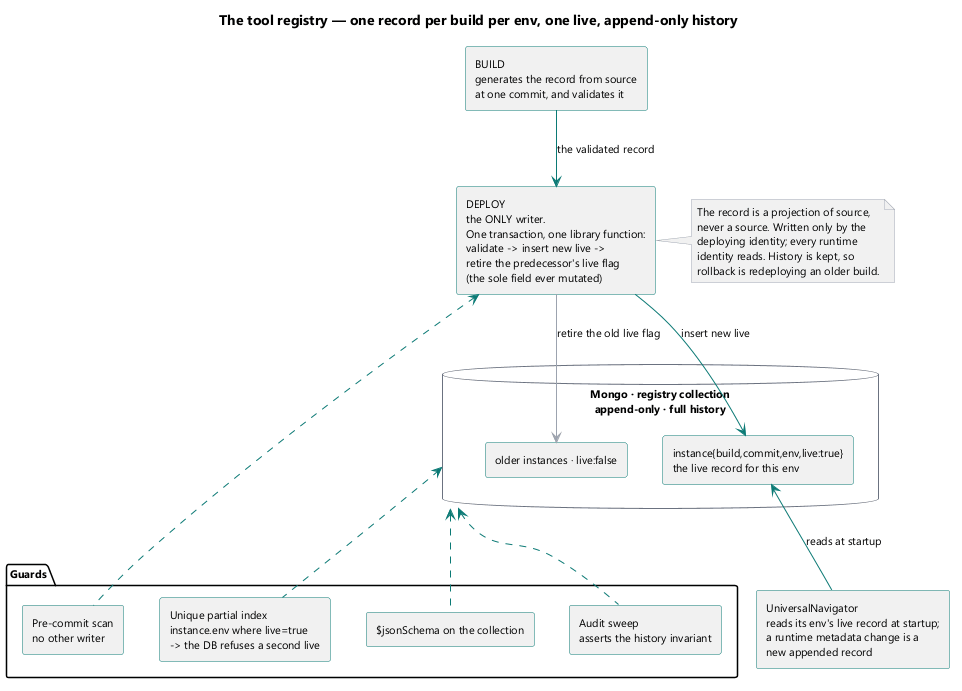
Above: brain/machine_artifacts/diagramsAndImages/rendered/registry_instance_lifecycle.png in SkipSnow/ChatHealthyRepo (PlantUML), before the change.
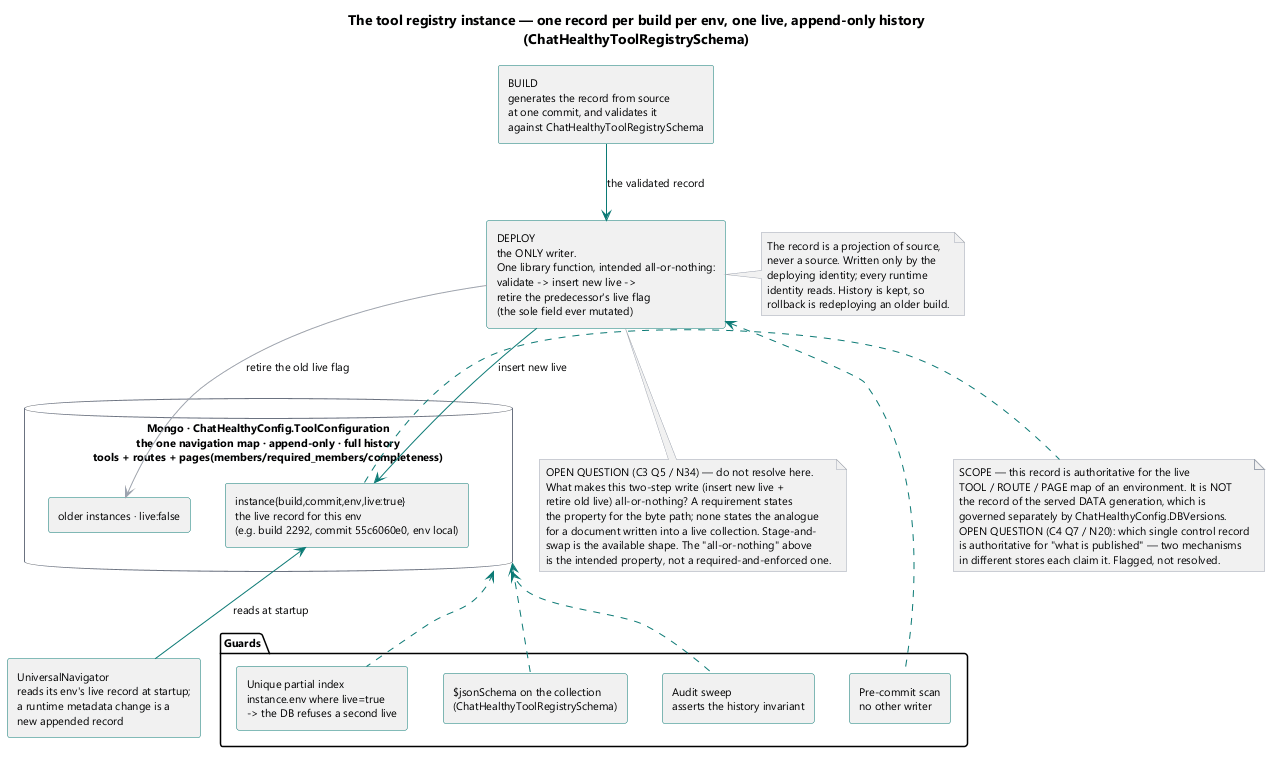
The same file after the commit.

Diff of the diagram source:
```diff
@@ -1,5 +1,5 @@
 @startuml
-title The tool registry — one record per build per env, one live, append-only history
+title The tool registry instance — one record per build per env, one live, append-only history\n(ChatHealthyToolRegistrySchema)
 
 skinparam componentStyle rectangle
 skinparam shadowing false
@@ -11,20 +11,20 @@
 skinparam NoteBackgroundColor #f3f4f6
 skinparam NoteBorderColor #9ca3af
 
-[BUILD\ngenerates the record from source\nat one commit, and validates it] as BUILD
+[BUILD\ngenerates the record from source\nat one commit, and validates it\nagainst ChatHealthyToolRegistrySchema] as BUILD
 
-database "Mongo · registry collection\nappend-only · full history" as COLL {
-  [instance{build,commit,env,live:true}\nthe live record for this env] as LIVE
+database "Mongo · ChatHealthyConfig.ToolConfiguration\nthe one navigation map · append-only · full history\ntools + routes + pages(members/required_members/completeness)" as COLL {
+  [instance{build,commit,env,live:true}\nthe live record for this env\n(e.g. build 2292, commit 55c6060e0, env local)] as LIVE
   [older instances · live:false] as HIST
 }
 
-[DEPLOY\nthe ONLY writer.\nOne transaction, one library function:\nvalidate -> insert new live ->\nretire the predecessor's live flag\n(the sole field ever mutated)] as DEPLOY
+[DEPLOY\nthe ONLY writer.\nOne library function, intended all-or-nothing:\nvalidate -> insert new live ->\nretire the predecessor's live flag\n(the sole field ever mutated)] as DEPLOY
 
 [UniversalNavigator\nreads its env's live record at startup;\na runtime metadata change is a\nnew appended record] as UN
 
 package "Guards" #fbfdfd {
   [Unique partial index\ninstance.env where live=true\n-> the DB refuses a second live] as G1
-  [$jsonSchema on the collection] as G2
+  [$jsonSchema on the collection\n(ChatHealthyToolRegistrySchema)] as G2
   [Pre-commit scan\nno other writer] as G3
   [Audit sweep\nasserts the history invariant] as G4
 }
@@ -45,4 +45,24 @@
   identity reads. History is kept, so
   rollback is redeploying an older build.
 end note
+
+note bottom of DEPLOY
+  OPEN QUESTION (C3 Q5 / N34) — do not resolve here.
+  What makes this two-step write (insert new live +
+  retire old live) all-or-nothing? A requirement states
+  the property for the byte path; none states the analogue
+  for a document written into a live collection. Stage-and-
+  swap is the available shape. The "all-or-nothing" above
+  is the intended property, not a required-and-enforced one.
+end note
+
+note right of LIVE
+  SCOPE — this record is authoritative for the live
+  TOOL / ROUTE / PAGE map of an environment. It is NOT
+  the record of the served DATA generation, which is
+  governed separately by ChatHealthyConfig.DBVersions.
+  OPEN QUESTION (C4 Q7 / N20): which single control record
+  is authoritative for "what is published" — two mechanisms
+  in different stores each claim it. Flagged, not resolved.
+end note
 @enduml
```
